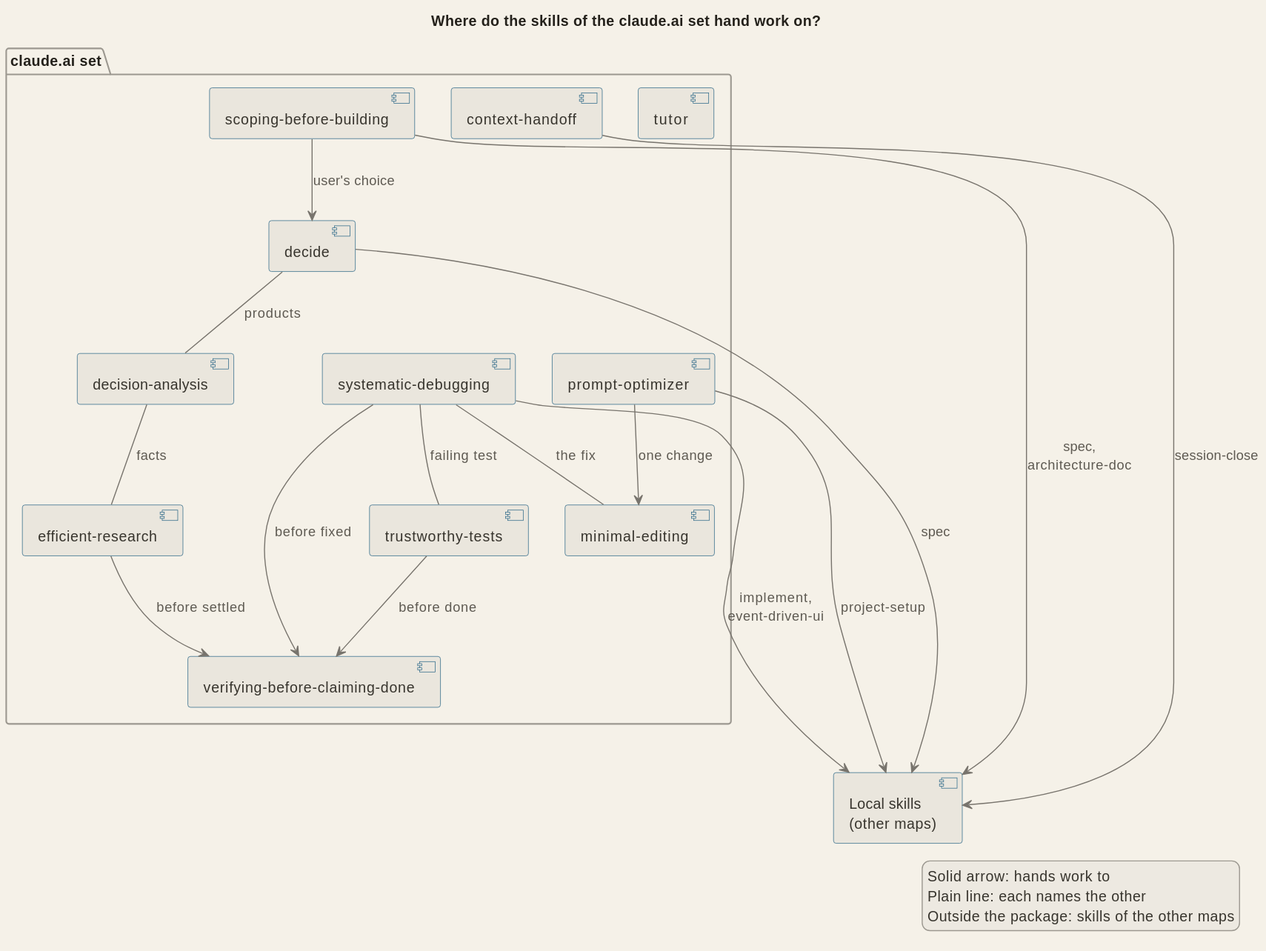
The PlantUML diagram docs/diagrams/arch_skills_claude_ai.svg in signorenne/dotagents, before a commit.
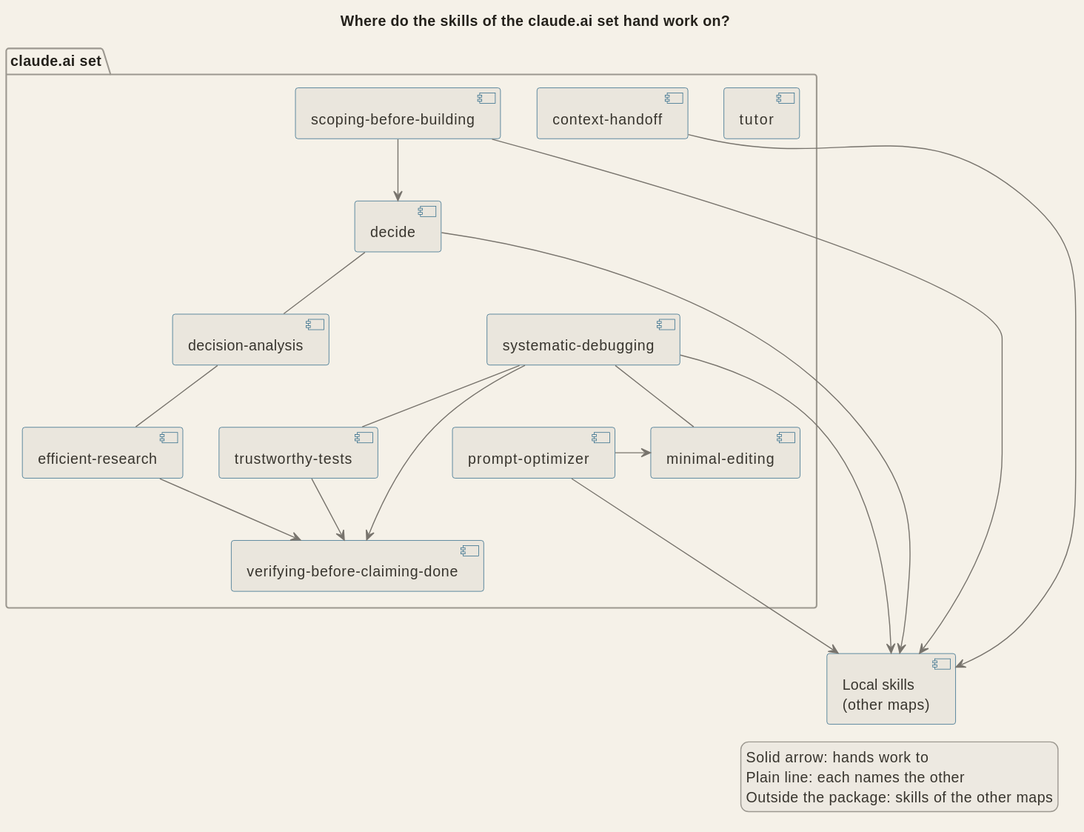
The same file after the commit.

Commit message:
docs(architecture): draw the claude.ai skills map without edge labels and list its edges in a table

Diff of the diagram source:
```diff
@@ -18,22 +18,22 @@
 
 component "Local skills\n(other maps)" as local
 
-scoping --> decide : user's choice
-decide -- analysis : products
-analysis -- research : facts
-research --> verify : before settled
-prompt --> editing : one change
-debug -- editing : the fix
-debug -- tests : failing test
-debug --> verify : before fixed
-tests --> verify : before done
+scoping --> decide
+decide -- analysis
+analysis -- research
+research --> verify
+prompt -right-> editing
+debug -- editing
+debug -- tests
+debug --> verify
+tests --> verify
 
 verify -[hidden]down- local
-scoping --> local : spec,\narchitecture-doc
-decide --> local : spec
-prompt --> local : project-setup
-handoff --> local : session-close
-debug --> local : implement,\nevent-driven-ui
+scoping --> local
+decide --> local
+prompt --> local
+handoff --> local
+debug --> local
 
 legend right
   Solid arrow: hands work to
```
